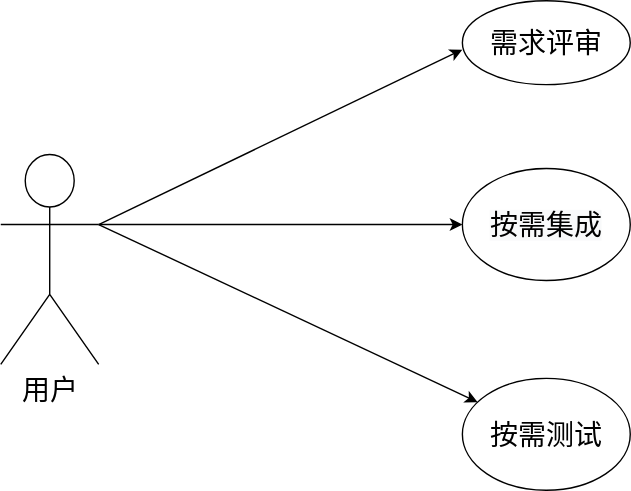
This is pdf/Untitled Diagram.drawio.svg from l1135677068/StudyNote, a draw.io export, as it was before one commit. Source tidied: cells renumbered, new cells last; positions are measured from the earlier drawing's top-left corner, leaving out a move shared by most shapes.
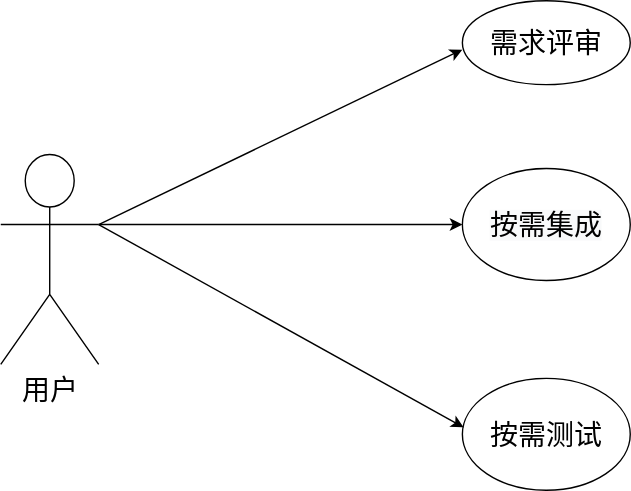
After the commit.

Change to the diagram source:
```diff
@@ -24,7 +24,7 @@
     <mxCell id="7" value="&lt;span style=&quot;font-family: &amp;#34;helvetica&amp;#34; ; font-size: 20px&quot;&gt;按需测试&lt;/span&gt;" style="ellipse;whiteSpace=wrap;html=1;" parent="1" vertex="1">
       <mxGeometry x="330" y="270" width="120" height="80" as="geometry" />
     </mxCell>
-    <mxCell id="8" style="endArrow=classic;html=1;rounded=0;" parent="1" edge="1" target="7">
+    <mxCell id="8" style="endArrow=classic;html=1;rounded=0;entryX=0.008;entryY=0.438;entryDx=0;entryDy=0;entryPerimeter=0;" parent="1" edge="1" target="7">
       <mxGeometry relative="1" as="geometry">
         <mxPoint x="70" y="160" as="sourcePoint" />
       </mxGeometry>
```
